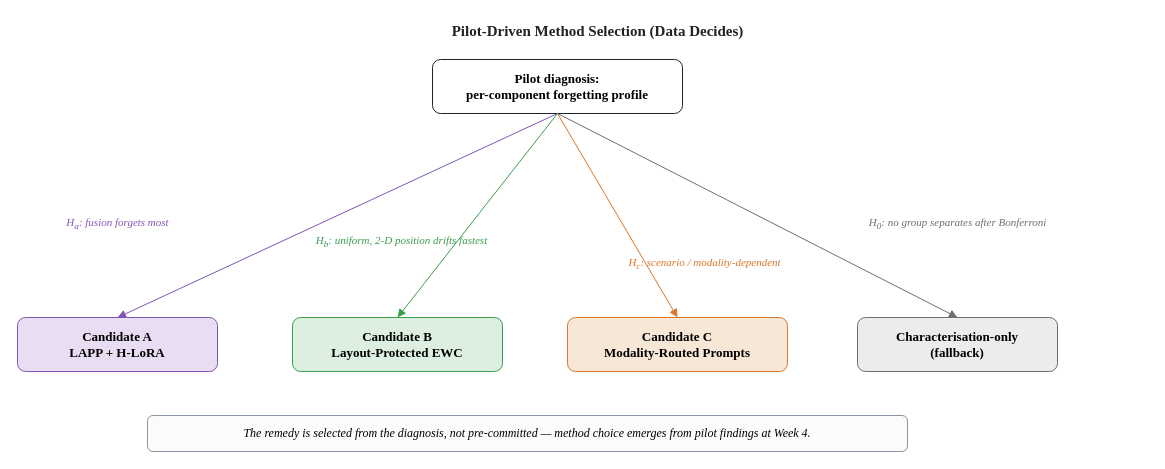
Earlier version of the draw.io diagram thesis/figures_src/drawio/method_selection_tree.drawio (hoangthanh283/CLUE). Source tidied: cells renumbered, new cells numbered last; positions are measured from the earlier drawing's top-left corner, leaving out a move shared by most shapes. Both pictures are drawn from the tidied source at 100%, with x=0, y=0 at pixel (17, 17).
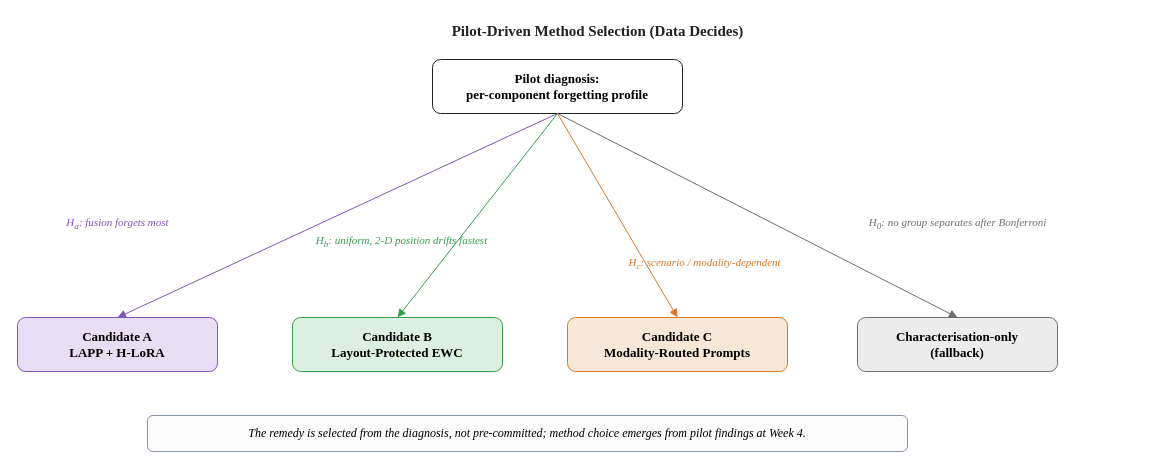
After the change.

Change to the diagram source:
```diff
@@
-    <mxCell id="20" value="The remedy is selected from the diagnosis, not pre-committed — method choice emerges from pilot findings at Week 4." style="rounded=1;whiteSpace=wrap;html=1;fillColor=#FBFBFB;strokeColor=#8895A6;fontFamily=Times New Roman;fontSize=12;fontStyle=2;" parent="1" vertex="1">
+    <mxCell id="20" value="The remedy is selected from the diagnosis, not pre-committed; method choice emerges from pilot findings at Week 4." style="rounded=1;whiteSpace=wrap;html=1;fillColor=#FBFBFB;strokeColor=#8895A6;fontFamily=Times New Roman;fontSize=12;fontStyle=2;" parent="1" vertex="1">
       <mxGeometry x="130" y="398" width="760" height="36" as="geometry" />
     </mxCell>
```
